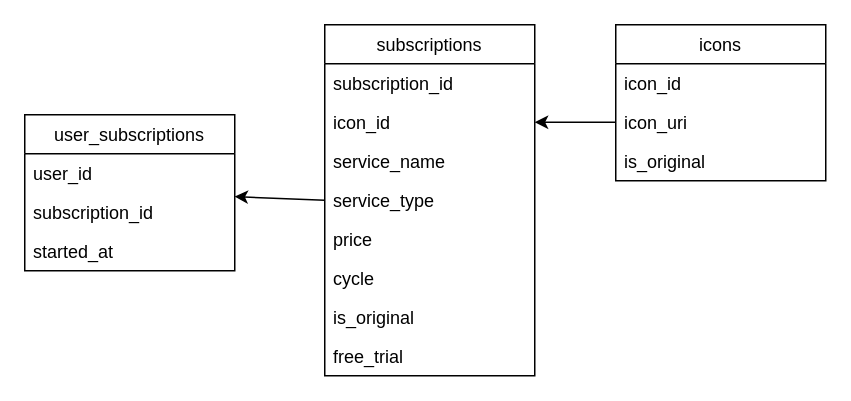
The draw.io diagram er.dio in CA21engineer/Sub-server, before the edit. Source tidied: cells renumbered, new cells numbered last; positions are measured from the earlier drawing's top-left corner, leaving out a move shared by most shapes. Both pictures are drawn from the tidied source at 150%, with x=0, y=0 at pixel (24, 24).
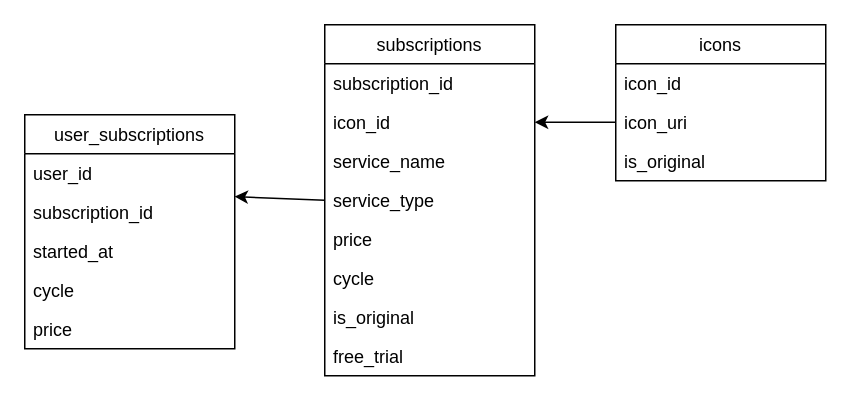
After the change.

Diff of the diagram source:
```diff
@@
     <mxCell id="13" value="user_subscriptions" style="swimlane;fontStyle=0;horizontal=1;startSize=26;fillColor=none;" parent="1" vertex="1">
-      <mxGeometry y="60" width="140" height="104" as="geometry" />
+      <mxGeometry y="60" width="140" height="156" as="geometry" />
     </mxCell>
@@
+    <mxCell id="21" value="cycle" style="text;strokeColor=none;fillColor=none;align=left;verticalAlign=top;spacingLeft=4;spacingRight=4;overflow=hidden;" parent="13" vertex="1">
+      <mxGeometry y="104" width="140" height="26" as="geometry" />
+    </mxCell>
+    <mxCell id="22" value="price" style="text;strokeColor=none;fillColor=none;align=left;verticalAlign=top;spacingLeft=4;spacingRight=4;overflow=hidden;" parent="13" vertex="1">
+      <mxGeometry y="130" width="140" height="26" as="geometry" />
+    </mxCell>
```
